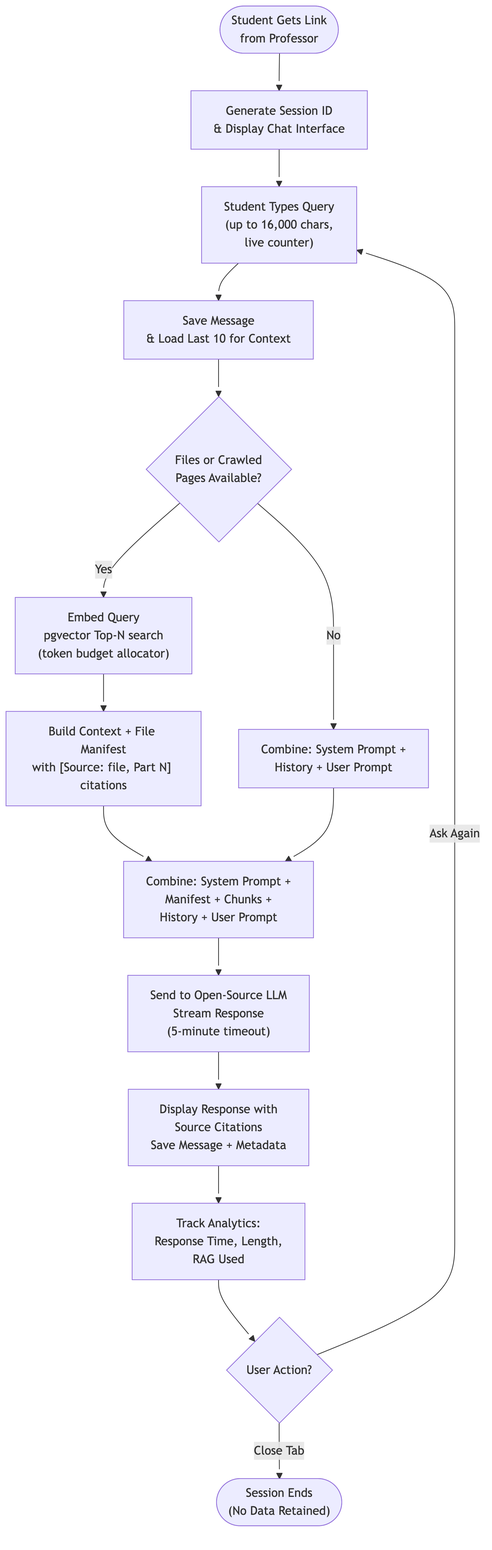
This is diagrams/flowcharts/studentsimple.png from akhileshrangani4/teachanything, a Mermaid export, as it was before one commit. Its source is kept beside it as diagrams/flowcharts/studentsimple.mmd.
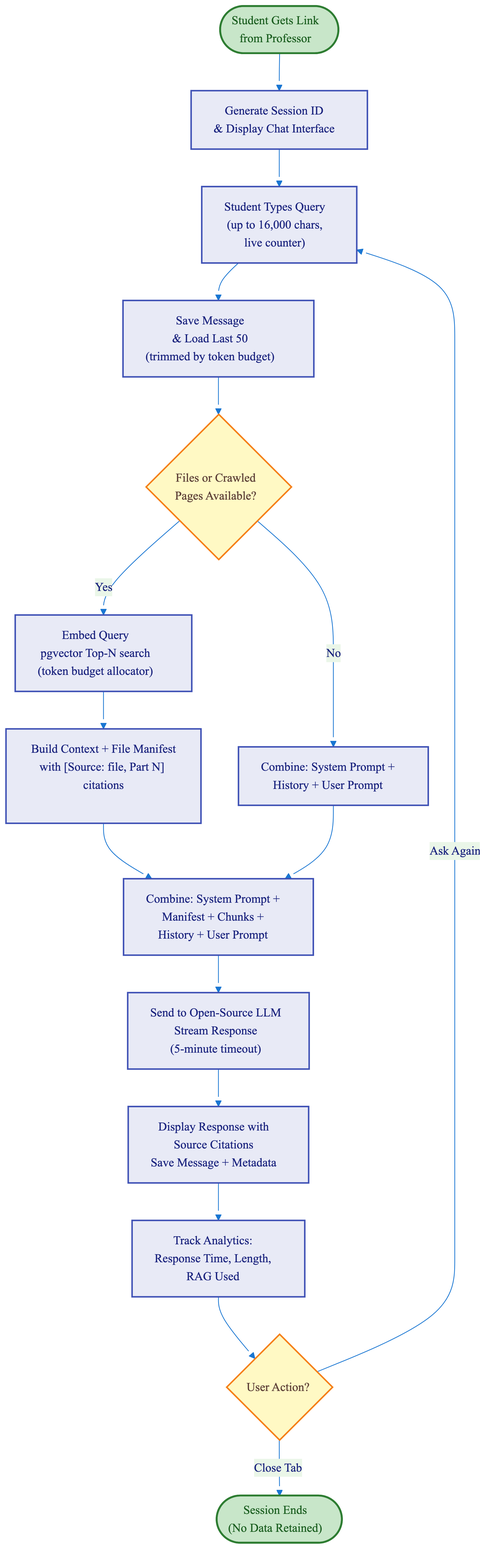
The same file after the commit.

Commit message:
docs(diagrams): theme simple diagrams to mimic prior hand-crafted style

What changed in the source:
```diff
@@ -2,10 +2,11 @@
 config:
   look: neo
 ---
+%%{init: {'theme':'base', 'themeVariables': { 'primaryColor':'#E8EAF6', 'primaryBorderColor':'#3F51B5', 'primaryTextColor':'#1A237E', 'lineColor':'#1976D2', 'fontFamily':'Inter, Helvetica, Arial, sans-serif' }}}%%
 flowchart TD
    Start(["Student Gets Link<br>from Professor"]) --> Open["Generate Session ID<br>& Display Chat Interface"]
    Open --> Type["Student Types Query<br>(up to 16,000 chars,<br>live counter)"]
-   Type --> Save["Save Message<br>& Load Last 10 for Context"]
+   Type --> Save["Save Message<br>& Load Last 50<br>(trimmed by token budget)"]
    Save --> RAG{"Files or Crawled<br>Pages Available?"}
    RAG -- "Yes" --> Embed["Embed Query<br>pgvector Top-N search<br>(token budget allocator)"]
    Embed --> Context["Build Context + File Manifest<br>with [Source: file, Part N] citations"]
@@ -18,3 +19,10 @@
    Analytics --> Next{"User Action?"}
    Next -- "Ask Again" --> Type
    Next -- "Close Tab" --> End(["Session Ends<br>(No Data Retained)"])
+
+   classDef startend fill:#C8E6C9,stroke:#2E7D32,stroke-width:2.5px,color:#1B5E20
+   classDef box fill:#E8EAF6,stroke:#3F51B5,stroke-width:2px,color:#1A237E
+   classDef decision fill:#FFF9C4,stroke:#F57F17,stroke-width:2px,color:#5D4037
+   class Start,End startend
+   class Open,Type,Save,Embed,Context,Prompt,Simple,Stream,Display,Analytics box
+   class RAG,Next decision
```
